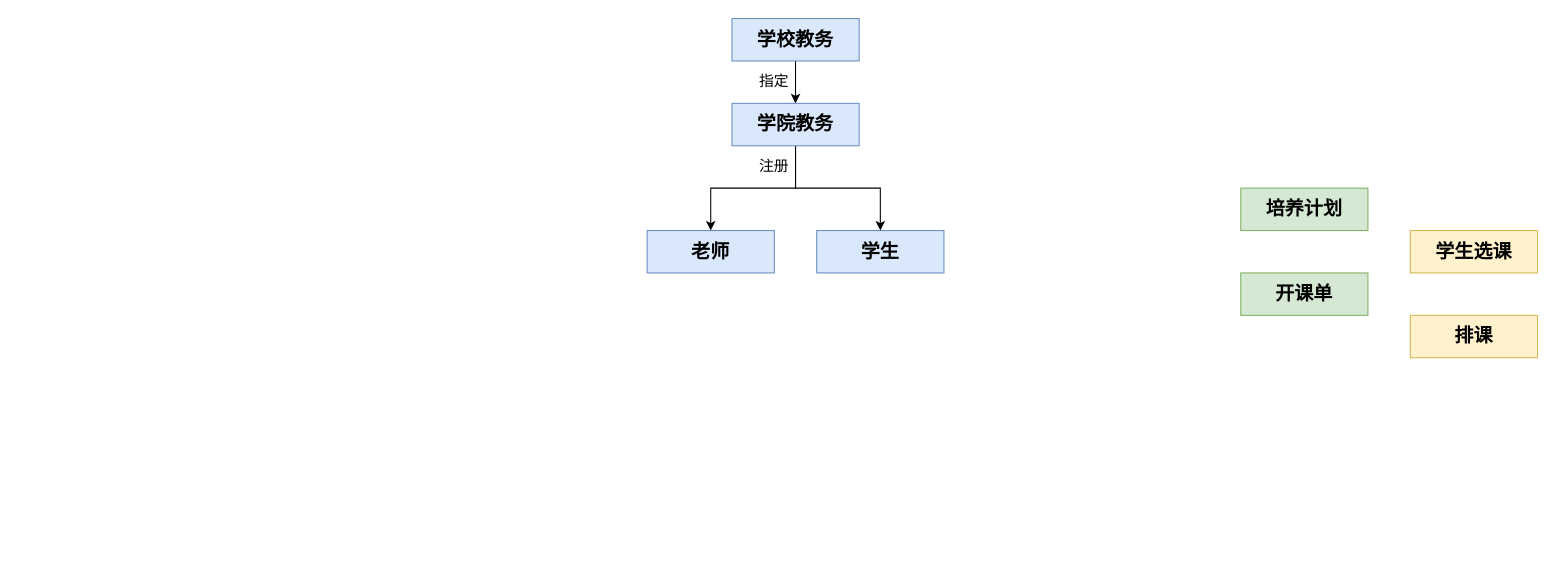
Before: CS/SoftwareEngineering/Diagrams.drawio in umiskky/Diagrams, a draw.io diagram. Source tidied: cells renumbered, new cells numbered last; positions are measured from the earlier drawing's top-left corner, leaving out a move shared by most shapes. Both pictures are drawn from the tidied source at 106%, with x=0, y=0 at pixel (647, 18).
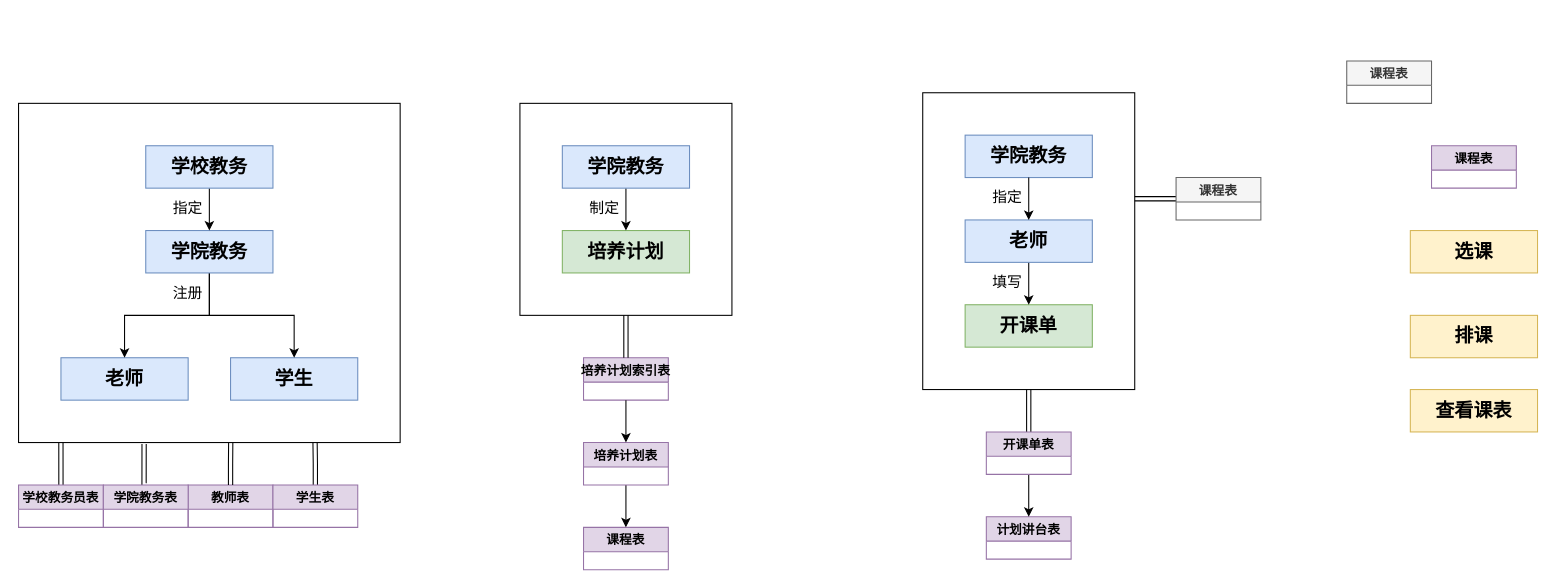
The same diagram, later.

Diff of the diagram source:
```diff
@@
-    <mxCell id="2" value="&lt;font style=&quot;font-size: 18px&quot; face=&quot;Comic Sans MS&quot;&gt;&lt;b&gt;学生&lt;/b&gt;&lt;/font&gt;" style="rounded=0;whiteSpace=wrap;html=1;fillColor=#dae8fc;strokeColor=#6c8ebf;" parent="1" vertex="1">
-      <mxGeometry x="160" y="200" width="120" height="40" as="geometry" />
-    </mxCell>
-    <mxCell id="3" value="&lt;font style=&quot;font-size: 18px&quot; face=&quot;Comic Sans MS&quot;&gt;&lt;b&gt;培养计划&lt;/b&gt;&lt;/font&gt;" style="rounded=0;whiteSpace=wrap;html=1;fillColor=#d5e8d4;strokeColor=#82b366;" parent="1" vertex="1">
-      <mxGeometry x="560" y="160" width="120" height="40" as="geometry" />
-    </mxCell>
-    <mxCell id="4" value="&lt;font face=&quot;Comic Sans MS&quot;&gt;&lt;span style=&quot;font-size: 18px&quot;&gt;&lt;b&gt;开课单&lt;/b&gt;&lt;/span&gt;&lt;/font&gt;" style="rounded=0;whiteSpace=wrap;html=1;fillColor=#d5e8d4;strokeColor=#82b366;" parent="1" vertex="1">
-      <mxGeometry x="560" y="240" width="120" height="40" as="geometry" />
-    </mxCell>
@@
-    <mxCell id="6" value="&lt;b style=&quot;font-family: &amp;#34;comic sans ms&amp;#34; ; font-size: 18px&quot;&gt;学生选课&lt;/b&gt;" style="rounded=0;whiteSpace=wrap;html=1;fillColor=#fff2cc;strokeColor=#d6b656;" parent="1" vertex="1">
+    <mxCell id="6" value="&lt;b style=&quot;font-family: &amp;#34;comic sans ms&amp;#34; ; font-size: 18px&quot;&gt;选课&lt;/b&gt;" style="rounded=0;whiteSpace=wrap;html=1;fillColor=#fff2cc;strokeColor=#d6b656;" parent="1" vertex="1">
       <mxGeometry x="720" y="200" width="120" height="40" as="geometry" />
     </mxCell>
+    <mxCell id="15" value="课程表" style="swimlane;fillColor=#e1d5e7;strokeColor=#9673a6;" parent="1" vertex="1">
+      <mxGeometry x="740" y="120" width="80" height="40" as="geometry" />
+    </mxCell>
+    <mxCell id="16" value="&lt;font face=&quot;Comic Sans MS&quot;&gt;&lt;span style=&quot;font-size: 18px&quot;&gt;&lt;b&gt;查看课表&lt;/b&gt;&lt;/span&gt;&lt;/font&gt;" style="rounded=0;whiteSpace=wrap;html=1;fillColor=#fff2cc;strokeColor=#d6b656;" parent="1" vertex="1">
+      <mxGeometry x="720" y="350" width="120" height="40" as="geometry" />
+    </mxCell>
+    <mxCell id="17" style="group;" parent="1" vertex="1">
+      <mxGeometry x="-120" y="80" width="200" height="440" as="geometry" />
+    </mxCell>
+    <mxCell id="18" style="group;" parent="17" vertex="1">
+      <mxGeometry x="60" y="240" width="80" height="200" as="geometry" />
+    </mxCell>
+    <mxCell id="19" value="课程表" style="swimlane;fillColor=#e1d5e7;strokeColor=#9673a6;" parent="18" vertex="1">
+      <mxGeometry y="160" width="80" height="40" as="geometry" />
+    </mxCell>
+    <mxCell id="20" value="培养计划索引表" style="swimlane;fillColor=#e1d5e7;strokeColor=#9673a6;" parent="18" vertex="1">
+      <mxGeometry width="80" height="40" as="geometry" />
+    </mxCell>
+    <mxCell id="21" style="edgeStyle=orthogonalEdgeStyle;rounded=0;jettySize=auto;html=1;exitX=0.5;exitY=1;exitDx=0;exitDy=0;" parent="18" edge="1" source="22" target="19">
+      <mxGeometry relative="1" as="geometry" />
+    </mxCell>
+    <mxCell id="22" value="培养计划表" style="swimlane;fillColor=#e1d5e7;strokeColor=#9673a6;" parent="18" vertex="1">
+      <mxGeometry y="80" width="80" height="40" as="geometry" />
+    </mxCell>
+    <mxCell id="23" style="edgeStyle=orthogonalEdgeStyle;rounded=0;jettySize=auto;html=1;exitX=0.5;exitY=1;exitDx=0;exitDy=0;entryX=0.5;entryY=0;entryDx=0;entryDy=0;" parent="18" edge="1" source="20" target="22">
+      <mxGeometry relative="1" as="geometry" />
+    </mxCell>
+    <mxCell id="24" style="group;" parent="17" vertex="1">
+      <mxGeometry width="200" height="200" as="geometry" />
+    </mxCell>
+    <mxCell id="25" style="rounded=0;whiteSpace=wrap;html=1;fillColor=none;" parent="24" vertex="1">
+      <mxGeometry width="200" height="200" as="geometry" />
+    </mxCell>
+    <mxCell id="26" style="group;" parent="24" vertex="1">
+      <mxGeometry x="40" y="40" width="120" height="120" as="geometry" />
+    </mxCell>
+    <mxCell id="3" value="&lt;font style=&quot;font-size: 18px&quot; face=&quot;Comic Sans MS&quot;&gt;&lt;b&gt;培养计划&lt;/b&gt;&lt;/font&gt;" style="rounded=0;whiteSpace=wrap;html=1;fillColor=#d5e8d4;strokeColor=#82b366;" parent="26" vertex="1">
+      <mxGeometry y="80" width="120" height="40" as="geometry" />
+    </mxCell>
+    <mxCell id="27" style="edgeStyle=orthogonalEdgeStyle;rounded=0;jettySize=auto;html=1;exitX=0.5;exitY=1;exitDx=0;exitDy=0;entryX=0.5;entryY=0;entryDx=0;entryDy=0;" parent="26" edge="1" source="28" target="3">
+      <mxGeometry x="-120" y="-40" as="geometry" />
+    </mxCell>
+    <mxCell id="28" value="&lt;font style=&quot;font-size: 18px&quot; face=&quot;Comic Sans MS&quot;&gt;&lt;b&gt;学院教务&lt;/b&gt;&lt;/font&gt;" style="rounded=0;whiteSpace=wrap;html=1;fillColor=#dae8fc;strokeColor=#6c8ebf;" parent="26" vertex="1">
+      <mxGeometry width="120" height="40" as="geometry" />
+    </mxCell>
+    <mxCell id="29" value="&lt;font face=&quot;Comic Sans MS&quot;&gt;&lt;span style=&quot;font-size: 14px&quot;&gt;制定&lt;/span&gt;&lt;/font&gt;" style="text;html=1;strokeColor=none;fillColor=none;align=center;verticalAlign=middle;whiteSpace=wrap;rounded=0;" parent="26" vertex="1">
+      <mxGeometry x="20" y="50" width="40" height="20" as="geometry" />
+    </mxCell>
+    <mxCell id="30" style="edgeStyle=orthogonalEdgeStyle;shape=link;rounded=0;jettySize=auto;html=1;exitX=0.5;exitY=1;exitDx=0;exitDy=0;" parent="17" edge="1" source="25" target="20">
+      <mxGeometry relative="1" as="geometry" />
+    </mxCell>
+    <mxCell id="31" style="group;" parent="1" vertex="1">
+      <mxGeometry x="-593" y="80" width="360" height="400" as="geometry" />
+    </mxCell>
+    <mxCell id="32" value="教师表" style="swimlane;fillColor=#e1d5e7;strokeColor=#9673a6;" parent="31" vertex="1">
+      <mxGeometry x="160" y="360" width="80" height="40" as="geometry" />
+    </mxCell>
+    <mxCell id="33" style="group;" parent="31" vertex="1">
+      <mxGeometry width="360" height="320" as="geometry" />
+    </mxCell>
+    <mxCell id="34" style="rounded=0;whiteSpace=wrap;html=1;fillColor=none;" parent="33" vertex="1">
+      <mxGeometry width="360" height="320" as="geometry" />
+    </mxCell>
+    <mxCell id="2" value="&lt;font style=&quot;font-size: 18px&quot; face=&quot;Comic Sans MS&quot;&gt;&lt;b&gt;学生&lt;/b&gt;&lt;/font&gt;" style="rounded=0;whiteSpace=wrap;html=1;fillColor=#dae8fc;strokeColor=#6c8ebf;" parent="33" vertex="1">
+      <mxGeometry x="200" y="240" width="120" height="40" as="geometry" />
+    </mxCell>
-    <mxCell id="7" value="&lt;font style=&quot;font-size: 18px&quot; face=&quot;Comic Sans MS&quot;&gt;&lt;b&gt;老师&lt;/b&gt;&lt;/font&gt;" style="rounded=0;whiteSpace=wrap;html=1;fillColor=#dae8fc;strokeColor=#6c8ebf;" parent="1" vertex="1">
-      <mxGeometry y="200" width="120" height="40" as="geometry" />
+    <mxCell id="7" value="&lt;font style=&quot;font-size: 18px&quot; face=&quot;Comic Sans MS&quot;&gt;&lt;b&gt;老师&lt;/b&gt;&lt;/font&gt;" style="rounded=0;whiteSpace=wrap;html=1;fillColor=#dae8fc;strokeColor=#6c8ebf;" parent="33" vertex="1">
+      <mxGeometry x="40" y="240" width="120" height="40" as="geometry" />
     </mxCell>
-    <mxCell id="8" style="edgeStyle=orthogonalEdgeStyle;rounded=0;jettySize=auto;html=1;exitX=0.5;exitY=1;exitDx=0;exitDy=0;entryX=0.5;entryY=0;entryDx=0;entryDy=0;" parent="1" edge="1" source="10" target="7">
+    <mxCell id="8" style="edgeStyle=orthogonalEdgeStyle;rounded=0;jettySize=auto;html=1;exitX=0.5;exitY=1;exitDx=0;exitDy=0;entryX=0.5;entryY=0;entryDx=0;entryDy=0;" parent="33" edge="1" source="10" target="7">
       <mxGeometry relative="1" as="geometry" />
     </mxCell>
-    <mxCell id="9" style="edgeStyle=orthogonalEdgeStyle;rounded=0;jettySize=auto;html=1;exitX=0.5;exitY=1;exitDx=0;exitDy=0;" parent="1" edge="1" source="10" target="2">
+    <mxCell id="9" style="edgeStyle=orthogonalEdgeStyle;rounded=0;jettySize=auto;html=1;exitX=0.5;exitY=1;exitDx=0;exitDy=0;" parent="33" edge="1" source="10" target="2">
       <mxGeometry relative="1" as="geometry" />
     </mxCell>
-    <mxCell id="10" value="&lt;font style=&quot;font-size: 18px&quot; face=&quot;Comic Sans MS&quot;&gt;&lt;b&gt;学院教务&lt;/b&gt;&lt;/font&gt;" style="rounded=0;whiteSpace=wrap;html=1;fillColor=#dae8fc;strokeColor=#6c8ebf;" parent="1" vertex="1">
-      <mxGeometry x="80" y="80" width="120" height="40" as="geometry" />
+    <mxCell id="10" value="&lt;font style=&quot;font-size: 18px&quot; face=&quot;Comic Sans MS&quot;&gt;&lt;b&gt;学院教务&lt;/b&gt;&lt;/font&gt;" style="rounded=0;whiteSpace=wrap;html=1;fillColor=#dae8fc;strokeColor=#6c8ebf;" parent="33" vertex="1">
+      <mxGeometry x="120" y="120" width="120" height="40" as="geometry" />
     </mxCell>
-    <mxCell id="11" style="edgeStyle=orthogonalEdgeStyle;rounded=0;jettySize=auto;html=1;exitX=0.5;exitY=1;exitDx=0;exitDy=0;" parent="1" edge="1" source="12" target="10">
+    <mxCell id="11" style="edgeStyle=orthogonalEdgeStyle;rounded=0;jettySize=auto;html=1;exitX=0.5;exitY=1;exitDx=0;exitDy=0;" parent="33" edge="1" source="12" target="10">
       <mxGeometry relative="1" as="geometry" />
     </mxCell>
-    <mxCell id="12" value="&lt;font style=&quot;font-size: 18px&quot; face=&quot;Comic Sans MS&quot;&gt;&lt;b&gt;学校教务&lt;/b&gt;&lt;/font&gt;" style="rounded=0;whiteSpace=wrap;html=1;fillColor=#dae8fc;strokeColor=#6c8ebf;" parent="1" vertex="1">
-      <mxGeometry x="80" width="120" height="40" as="geometry" />
+    <mxCell id="12" value="&lt;font style=&quot;font-size: 18px&quot; face=&quot;Comic Sans MS&quot;&gt;&lt;b&gt;学校教务&lt;/b&gt;&lt;/font&gt;" style="rounded=0;whiteSpace=wrap;html=1;fillColor=#dae8fc;strokeColor=#6c8ebf;" parent="33" vertex="1">
+      <mxGeometry x="120" y="40" width="120" height="40" as="geometry" />
     </mxCell>
-    <mxCell id="13" value="&lt;font style=&quot;font-size: 14px&quot; face=&quot;Comic Sans MS&quot;&gt;注册&lt;/font&gt;" style="text;html=1;strokeColor=none;fillColor=none;align=center;verticalAlign=middle;whiteSpace=wrap;rounded=0;" parent="1" vertex="1">
-      <mxGeometry x="100" y="130" width="40" height="20" as="geometry" />
+    <mxCell id="13" value="&lt;font style=&quot;font-size: 14px&quot; face=&quot;Comic Sans MS&quot;&gt;注册&lt;/font&gt;" style="text;html=1;strokeColor=none;fillColor=none;align=center;verticalAlign=middle;whiteSpace=wrap;rounded=0;" parent="33" vertex="1">
+      <mxGeometry x="140" y="170" width="40" height="20" as="geometry" />
     </mxCell>
-    <mxCell id="14" value="&lt;font style=&quot;font-size: 14px&quot; face=&quot;Comic Sans MS&quot;&gt;指定&lt;/font&gt;" style="text;html=1;strokeColor=none;fillColor=none;align=center;verticalAlign=middle;whiteSpace=wrap;rounded=0;" parent="1" vertex="1">
-      <mxGeometry x="100" y="50" width="40" height="20" as="geometry" />
+    <mxCell id="14" value="&lt;font style=&quot;font-size: 14px&quot; face=&quot;Comic Sans MS&quot;&gt;指定&lt;/font&gt;" style="text;html=1;strokeColor=none;fillColor=none;align=center;verticalAlign=middle;whiteSpace=wrap;rounded=0;" parent="33" vertex="1">
+      <mxGeometry x="140" y="90" width="40" height="20" as="geometry" />
     </mxCell>
+    <mxCell id="35" style="edgeStyle=orthogonalEdgeStyle;shape=link;rounded=0;jettySize=auto;html=1;exitX=0.5;exitY=0;exitDx=0;exitDy=0;entryX=0.556;entryY=1;entryDx=0;entryDy=0;entryPerimeter=0;" parent="31" edge="1" source="32" target="34">
+      <mxGeometry relative="1" as="geometry" />
+    </mxCell>
+    <mxCell id="36" style="edgeStyle=orthogonalEdgeStyle;shape=link;rounded=0;jettySize=auto;html=1;exitX=0.5;exitY=0;exitDx=0;exitDy=0;entryX=0.111;entryY=1;entryDx=0;entryDy=0;entryPerimeter=0;" parent="31" edge="1" source="37" target="34">
+      <mxGeometry relative="1" as="geometry" />
+    </mxCell>
+    <mxCell id="37" value="学校教务员表" style="swimlane;fillColor=#e1d5e7;strokeColor=#9673a6;" parent="31" vertex="1">
+      <mxGeometry y="360" width="80" height="40" as="geometry" />
+    </mxCell>
+    <mxCell id="38" style="edgeStyle=orthogonalEdgeStyle;shape=link;rounded=0;jettySize=auto;html=1;exitX=0.5;exitY=0;exitDx=0;exitDy=0;entryX=0.329;entryY=1.004;entryDx=0;entryDy=0;entryPerimeter=0;" parent="31" edge="1" source="39" target="34">
+      <mxGeometry relative="1" as="geometry" />
+    </mxCell>
+    <mxCell id="39" value="学院教务表" style="swimlane;fillColor=#e1d5e7;strokeColor=#9673a6;" parent="31" vertex="1">
+      <mxGeometry x="80" y="360" width="80" height="40" as="geometry" />
+    </mxCell>
+    <mxCell id="40" style="edgeStyle=orthogonalEdgeStyle;shape=link;rounded=0;jettySize=auto;html=1;exitX=0.5;exitY=0;exitDx=0;exitDy=0;entryX=0.777;entryY=1;entryDx=0;entryDy=0;entryPerimeter=0;" parent="31" edge="1" source="41" target="34">
+      <mxGeometry relative="1" as="geometry" />
+    </mxCell>
+    <mxCell id="41" value="学生表" style="swimlane;fillColor=#e1d5e7;strokeColor=#9673a6;" parent="31" vertex="1">
+      <mxGeometry x="240" y="360" width="80" height="40" as="geometry" />
+    </mxCell>
+    <mxCell id="42" style="group;" parent="1" vertex="1">
+      <mxGeometry x="260" y="70" width="200" height="280" as="geometry" />
+    </mxCell>
+    <mxCell id="43" style="rounded=0;whiteSpace=wrap;html=1;fillColor=none;" parent="42" vertex="1">
+      <mxGeometry width="200" height="280" as="geometry" />
+    </mxCell>
+    <mxCell id="4" value="&lt;font face=&quot;Comic Sans MS&quot;&gt;&lt;span style=&quot;font-size: 18px&quot;&gt;&lt;b&gt;开课单&lt;/b&gt;&lt;/span&gt;&lt;/font&gt;" style="rounded=0;whiteSpace=wrap;html=1;fillColor=#d5e8d4;strokeColor=#82b366;" parent="42" vertex="1">
+      <mxGeometry x="40" y="200" width="120" height="40" as="geometry" />
+    </mxCell>
+    <mxCell id="44" value="&lt;font style=&quot;font-size: 18px&quot; face=&quot;Comic Sans MS&quot;&gt;&lt;b&gt;学院教务&lt;/b&gt;&lt;/font&gt;" style="rounded=0;whiteSpace=wrap;html=1;fillColor=#dae8fc;strokeColor=#6c8ebf;" parent="42" vertex="1">
+      <mxGeometry x="40" y="40" width="120" height="40" as="geometry" />
+    </mxCell>
+    <mxCell id="45" style="edgeStyle=orthogonalEdgeStyle;rounded=0;jettySize=auto;html=1;exitX=0.5;exitY=1;exitDx=0;exitDy=0;entryX=0.5;entryY=0;entryDx=0;entryDy=0;" parent="42" edge="1" source="46" target="4">
+      <mxGeometry relative="1" as="geometry" />
+    </mxCell>
+    <mxCell id="46" value="&lt;font style=&quot;font-size: 18px&quot; face=&quot;Comic Sans MS&quot;&gt;&lt;b&gt;老师&lt;/b&gt;&lt;/font&gt;" style="rounded=0;whiteSpace=wrap;html=1;fillColor=#dae8fc;strokeColor=#6c8ebf;" parent="42" vertex="1">
+      <mxGeometry x="40" y="120" width="120" height="40" as="geometry" />
+    </mxCell>
+    <mxCell id="47" style="edgeStyle=orthogonalEdgeStyle;rounded=0;jettySize=auto;html=1;exitX=0.5;exitY=1;exitDx=0;exitDy=0;entryX=0.5;entryY=0;entryDx=0;entryDy=0;" parent="42" edge="1" source="44" target="46">
+      <mxGeometry relative="1" as="geometry" />
+    </mxCell>
+    <mxCell id="48" value="&lt;font face=&quot;Comic Sans MS&quot;&gt;&lt;span style=&quot;font-size: 14px&quot;&gt;指定&lt;/span&gt;&lt;/font&gt;" style="text;html=1;strokeColor=none;fillColor=none;align=center;verticalAlign=middle;whiteSpace=wrap;rounded=0;" parent="42" vertex="1">
+      <mxGeometry x="60" y="90" width="40" height="20" as="geometry" />
+    </mxCell>
+    <mxCell id="49" value="&lt;font face=&quot;Comic Sans MS&quot;&gt;&lt;span style=&quot;font-size: 14px&quot;&gt;填写&lt;/span&gt;&lt;/font&gt;" style="text;html=1;strokeColor=none;fillColor=none;align=center;verticalAlign=middle;whiteSpace=wrap;rounded=0;" parent="42" vertex="1">
+      <mxGeometry x="60" y="170" width="40" height="20" as="geometry" />
+    </mxCell>
+    <mxCell id="50" value="计划讲台表" style="swimlane;fillColor=#e1d5e7;strokeColor=#9673a6;startSize=23;" parent="1" vertex="1">
+      <mxGeometry x="320" y="470" width="80" height="40" as="geometry" />
+    </mxCell>
+    <mxCell id="51" value="课程表" style="swimlane;fillColor=#f5f5f5;strokeColor=#666666;fontColor=#333333;" parent="1" vertex="1">
+      <mxGeometry x="660" y="40" width="80" height="40" as="geometry" />
+    </mxCell>
+    <mxCell id="52" style="edgeStyle=orthogonalEdgeStyle;shape=link;rounded=0;jettySize=auto;html=1;exitX=0.5;exitY=0;exitDx=0;exitDy=0;entryX=0.5;entryY=1;entryDx=0;entryDy=0;" parent="1" edge="1" source="54" target="43">
+      <mxGeometry relative="1" as="geometry" />
+    </mxCell>
+    <mxCell id="53" style="edgeStyle=orthogonalEdgeStyle;rounded=0;jettySize=auto;html=1;exitX=0.5;exitY=1;exitDx=0;exitDy=0;entryX=0.5;entryY=0;entryDx=0;entryDy=0;" parent="1" edge="1" source="54" target="50">
+      <mxGeometry relative="1" as="geometry" />
+    </mxCell>
+    <mxCell id="54" value="开课单表" style="swimlane;fillColor=#e1d5e7;strokeColor=#9673a6;startSize=23;" parent="1" vertex="1">
+      <mxGeometry x="320" y="390" width="80" height="40" as="geometry" />
+    </mxCell>
+    <mxCell id="55" style="edgeStyle=orthogonalEdgeStyle;rounded=0;jettySize=auto;html=1;exitX=0;exitY=0.5;exitDx=0;exitDy=0;entryX=1;entryY=0.214;entryDx=0;entryDy=0;entryPerimeter=0;shape=link;" parent="1" edge="1" source="56">
+      <mxGeometry relative="1" as="geometry">
+        <mxPoint x="460" y="169.9" as="targetPoint" />
+      </mxGeometry>
+    </mxCell>
+    <mxCell id="56" value="课程表" style="swimlane;fillColor=#f5f5f5;strokeColor=#666666;fontColor=#333333;" parent="1" vertex="1">
+      <mxGeometry x="499" y="150" width="80" height="40" as="geometry" />
+    </mxCell>
```
